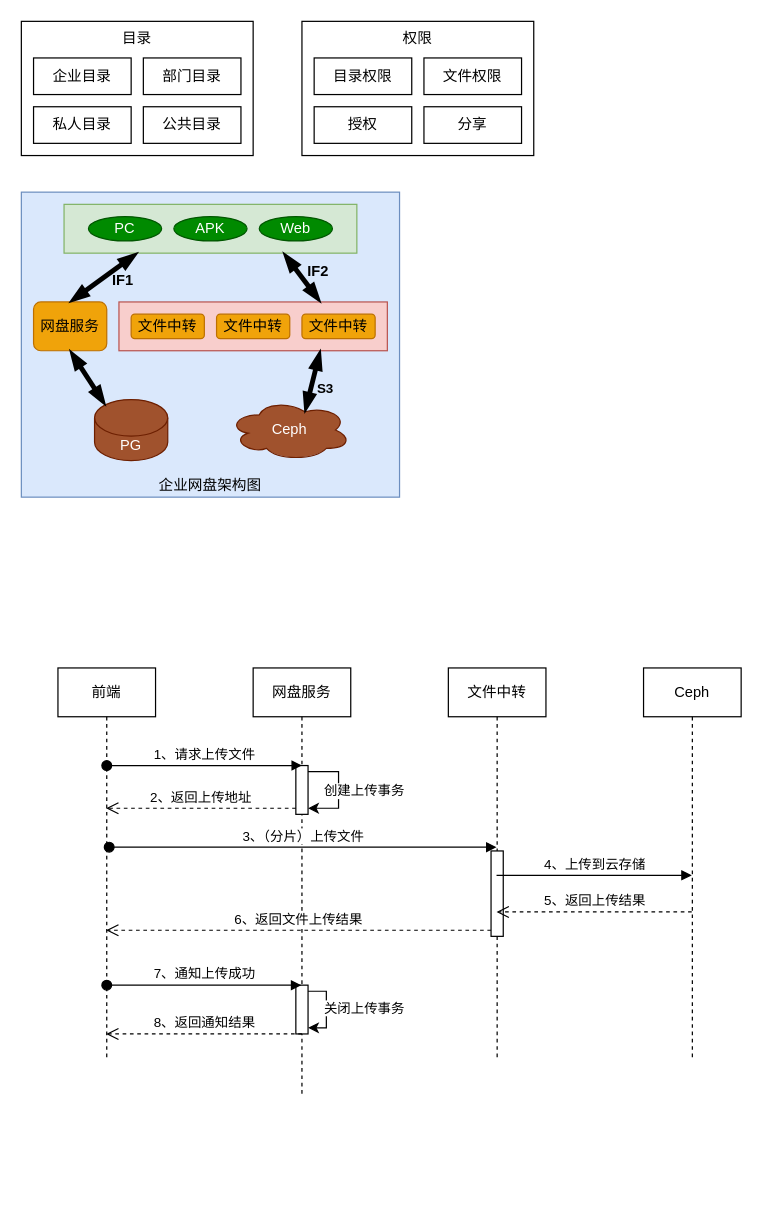
The draw.io diagram page "企业网盘" (4 of 4) of StreamOA架构设计.drawio in zebra-min/my-design, before the edit. Source tidied: cells renumbered, new cells numbered last; positions are measured from the earlier drawing's top-left corner, leaving out a move shared by most shapes. Both pictures are drawn from the tidied source at 122%, with x=0, y=0 at pixel (21, 21).
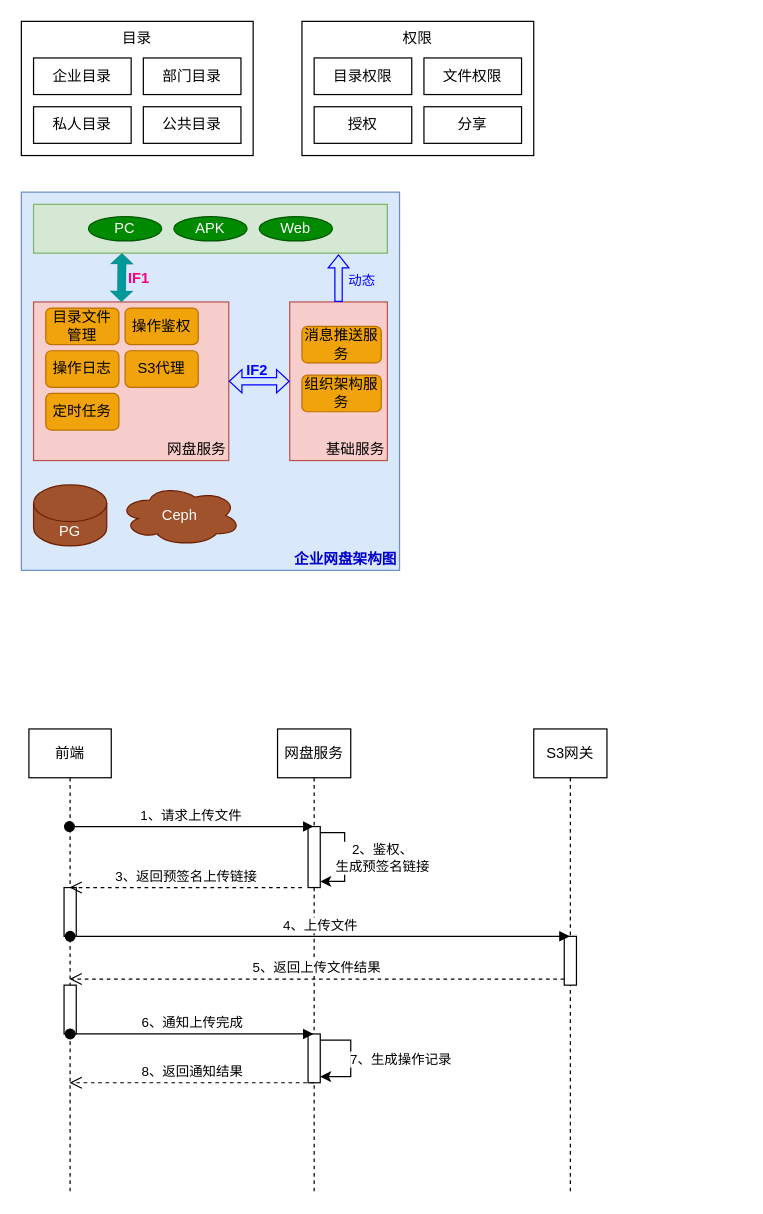
After the change.

What changed in the source:
```diff
@@
+    <mxCell id="12" value="企业网盘架构图" style="rounded=0;whiteSpace=wrap;html=1;verticalAlign=bottom;fillColor=#dae8fc;strokeColor=#6c8ebf;fontFamily=Helvetica;align=right;fontColor=#0000CC;fontStyle=1;" parent="1" vertex="1">
+      <mxGeometry y="140" width="310" height="310" as="geometry" />
+    </mxCell>
+    <mxCell id="50" value="基础服务" style="rounded=0;whiteSpace=wrap;html=1;fillColor=#f8cecc;strokeColor=#b85450;fontFamily=Helvetica;verticalAlign=bottom;align=right;" parent="1" vertex="1">
+      <mxGeometry x="220" y="230" width="80" height="130" as="geometry" />
+    </mxCell>
@@
-    <mxCell id="12" value="企业网盘架构图" style="rounded=0;whiteSpace=wrap;html=1;verticalAlign=bottom;fillColor=#dae8fc;strokeColor=#6c8ebf;fontFamily=Helvetica;" parent="1" vertex="1">
-      <mxGeometry y="140" width="310" height="250" as="geometry" />
-    </mxCell>
     <mxCell id="13" style="rounded=0;whiteSpace=wrap;html=1;fillColor=#d5e8d4;strokeColor=#82b366;fontFamily=Helvetica;" parent="1" vertex="1">
-      <mxGeometry x="35" y="150" width="240" height="40" as="geometry" />
+      <mxGeometry x="10" y="150" width="290" height="40" as="geometry" />
     </mxCell>
@@
-    <mxCell id="17" style="rounded=0;whiteSpace=wrap;html=1;fillColor=#f8cecc;strokeColor=#b85450;fontFamily=Helvetica;" parent="1" vertex="1">
-      <mxGeometry x="80" y="230" width="220" height="40" as="geometry" />
+    <mxCell id="17" value="网盘服务" style="rounded=0;whiteSpace=wrap;html=1;fillColor=#f8cecc;strokeColor=#b85450;fontFamily=Helvetica;verticalAlign=bottom;align=right;" parent="1" vertex="1">
+      <mxGeometry x="10" y="230" width="160" height="130" as="geometry" />
     </mxCell>
-    <mxCell id="18" value="网盘服务" style="rounded=1;whiteSpace=wrap;html=1;fillColor=#f0a30a;strokeColor=#BD7000;fontColor=#000000;fontFamily=Helvetica;" parent="1" vertex="1">
-      <mxGeometry x="10" y="230" width="60" height="40" as="geometry" />
-    </mxCell>
-    <mxCell id="19" value="文件中转" style="rounded=1;whiteSpace=wrap;html=1;fillColor=#f0a30a;strokeColor=#BD7000;fontColor=#000000;fontFamily=Helvetica;" parent="1" vertex="1">
-      <mxGeometry x="90" y="240" width="60" height="20" as="geometry" />
+    <mxCell id="19" value="目录文件管理" style="rounded=1;whiteSpace=wrap;html=1;fillColor=#f0a30a;strokeColor=#BD7000;fontColor=#000000;fontFamily=Helvetica;" parent="1" vertex="1">
+      <mxGeometry x="20" y="235" width="60" height="30" as="geometry" />
     </mxCell>
-    <mxCell id="20" value="文件中转" style="rounded=1;whiteSpace=wrap;html=1;fillColor=#f0a30a;strokeColor=#BD7000;fontColor=#000000;fontFamily=Helvetica;" parent="1" vertex="1">
-      <mxGeometry x="160" y="240" width="60" height="20" as="geometry" />
+    <mxCell id="20" value="操作鉴权" style="rounded=1;whiteSpace=wrap;html=1;fillColor=#f0a30a;strokeColor=#BD7000;fontColor=#000000;fontFamily=Helvetica;" parent="1" vertex="1">
+      <mxGeometry x="85" y="235" width="60" height="30" as="geometry" />
     </mxCell>
-    <mxCell id="21" value="文件中转" style="rounded=1;whiteSpace=wrap;html=1;fillColor=#f0a30a;strokeColor=#BD7000;fontColor=#000000;fontFamily=Helvetica;" parent="1" vertex="1">
-      <mxGeometry x="230" y="240" width="60" height="20" as="geometry" />
+    <mxCell id="21" value="操作日志" style="rounded=1;whiteSpace=wrap;html=1;fillColor=#f0a30a;strokeColor=#BD7000;fontColor=#000000;fontFamily=Helvetica;" parent="1" vertex="1">
+      <mxGeometry x="20" y="270" width="60" height="30" as="geometry" />
     </mxCell>
     <mxCell id="22" value="PG" style="shape=cylinder3;whiteSpace=wrap;html=1;boundedLbl=1;backgroundOutline=1;size=15;fillColor=#a0522d;strokeColor=#6D1F00;fontColor=#ffffff;fontFamily=Helvetica;" parent="1" vertex="1">
-      <mxGeometry x="60" y="310" width="60" height="50" as="geometry" />
+      <mxGeometry x="10" y="380" width="60" height="50" as="geometry" />
     </mxCell>
     <mxCell id="23" value="Ceph" style="ellipse;shape=cloud;whiteSpace=wrap;html=1;fillColor=#a0522d;strokeColor=#6D1F00;fontColor=#ffffff;fontFamily=Helvetica;" parent="1" vertex="1">
-      <mxGeometry x="170" y="310" width="100" height="50" as="geometry" />
+      <mxGeometry x="80" y="380" width="100" height="50" as="geometry" />
     </mxCell>
-    <mxCell id="24" style="endArrow=blockThin;startArrow=blockThin;html=1;rounded=0;exitX=0.25;exitY=1;exitDx=0;exitDy=0;entryX=0.5;entryY=0;entryDx=0;entryDy=0;strokeWidth=4;startFill=1;endFill=1;fontFamily=Helvetica;" parent="1" edge="1" source="13" target="18">
-      <mxGeometry relative="1" as="geometry" />
-    </mxCell>
+    <mxCell id="51" value="S3代理" style="rounded=1;whiteSpace=wrap;html=1;fillColor=#f0a30a;strokeColor=#BD7000;fontColor=#000000;fontFamily=Helvetica;" parent="1" vertex="1">
+      <mxGeometry x="85" y="270" width="60" height="30" as="geometry" />
+    </mxCell>
+    <mxCell id="52" value="组织架构服务" style="rounded=1;whiteSpace=wrap;html=1;fillColor=#f0a30a;strokeColor=#BD7000;fontColor=#000000;fontFamily=Helvetica;" parent="1" vertex="1">
+      <mxGeometry x="230" y="290" width="65" height="30" as="geometry" />
+    </mxCell>
+    <mxCell id="53" value="消息推送服务" style="rounded=1;whiteSpace=wrap;html=1;fillColor=#f0a30a;strokeColor=#BD7000;fontColor=#000000;fontFamily=Helvetica;" parent="1" vertex="1">
+      <mxGeometry x="230" y="250" width="65" height="30" as="geometry" />
+    </mxCell>
+    <mxCell id="54" style="shape=flexArrow;endArrow=classic;startArrow=classic;html=1;rounded=0;endWidth=12;endSize=3.1;startWidth=12;startSize=3.1;width=6;fillColor=none;strokeColor=#0000FF;exitX=0;exitY=0.5;exitDx=0;exitDy=0;entryX=1;entryY=0.5;entryDx=0;entryDy=0;" parent="1" edge="1" source="50" target="17">
+      <mxGeometry relative="1" as="geometry" />
+    </mxCell>
+    <mxCell id="27" value="&lt;b&gt;&lt;font style=&quot;font-size: 12px;&quot;&gt;IF2&lt;/font&gt;&lt;/b&gt;" style="edgeLabel;html=1;align=center;verticalAlign=middle;labelBackgroundColor=none;fontColor=#0000FF;" parent="54" vertex="1">
+      <mxGeometry x="-0.02" y="-4" relative="1" as="geometry">
+        <mxPoint x="-3" y="-6" as="offset" />
+      </mxGeometry>
+    </mxCell>
+    <mxCell id="55" style="shape=flexArrow;endArrow=classic;startArrow=classic;html=1;rounded=0;endWidth=12;endSize=3;startWidth=12;startSize=3;width=7;fillColor=#009999;entryX=0.25;entryY=1;entryDx=0;entryDy=0;exitX=0.45;exitY=0;exitDx=0;exitDy=0;exitPerimeter=0;strokeWidth=0;" parent="1" edge="1" source="17" target="13">
+      <mxGeometry relative="1" as="geometry" />
+    </mxCell>
-    <mxCell id="25" value="&lt;font style=&quot;font-size: 12px;&quot;&gt;IF1&lt;/font&gt;" style="edgeLabel;html=1;align=center;verticalAlign=middle;fontStyle=1;fontSize=11;labelBackgroundColor=none;fontFamily=Helvetica;" parent="24" vertex="1">
-      <mxGeometry x="-0.07" y="4" relative="1" as="geometry">
-        <mxPoint x="11" as="offset" />
+    <mxCell id="25" value="&lt;b&gt;&lt;font style=&quot;font-size: 12px;&quot;&gt;IF1&lt;/font&gt;&lt;/b&gt;" style="edgeLabel;html=1;align=center;verticalAlign=middle;labelBackgroundColor=none;labelBorderColor=none;fontColor=#FF0080;" parent="55" vertex="1">
+      <mxGeometry x="-0.02" y="-4" relative="1" as="geometry">
+        <mxPoint x="9" as="offset" />
       </mxGeometry>
     </mxCell>
-    <mxCell id="26" style="endArrow=blockThin;startArrow=blockThin;html=1;rounded=0;exitX=0.75;exitY=1;exitDx=0;exitDy=0;entryX=0.75;entryY=0;entryDx=0;entryDy=0;strokeWidth=4;startFill=1;endFill=1;fontFamily=Helvetica;" parent="1" edge="1" source="13" target="17">
-      <mxGeometry relative="1" as="geometry" />
-    </mxCell>
-    <mxCell id="27" value="&lt;b&gt;&lt;font style=&quot;font-size: 12px;&quot;&gt;IF2&lt;/font&gt;&lt;/b&gt;" style="edgeLabel;html=1;align=center;verticalAlign=middle;labelBackgroundColor=none;fontFamily=Helvetica;" parent="26" vertex="1">
-      <mxGeometry x="-0.01" y="1" relative="1" as="geometry">
-        <mxPoint x="12" y="-5" as="offset" />
-      </mxGeometry>
-    </mxCell>
-    <mxCell id="28" style="endArrow=blockThin;startArrow=blockThin;html=1;rounded=0;exitX=0.145;exitY=0;exitDx=0;exitDy=4.35;entryX=0.5;entryY=1;entryDx=0;entryDy=0;strokeWidth=4;startFill=1;endFill=1;exitPerimeter=0;fontFamily=Helvetica;" parent="1" edge="1" source="22" target="18">
-      <mxGeometry relative="1" as="geometry" />
-    </mxCell>
-    <mxCell id="29" style="endArrow=blockThin;startArrow=blockThin;html=1;rounded=0;exitX=0.625;exitY=0.2;exitDx=0;exitDy=0;entryX=0.75;entryY=1;entryDx=0;entryDy=0;strokeWidth=4;startFill=1;endFill=1;exitPerimeter=0;fontFamily=Helvetica;" parent="1" edge="1" source="23" target="17">
-      <mxGeometry relative="1" as="geometry" />
-    </mxCell>
-    <mxCell id="30" value="&lt;b&gt;S3&lt;/b&gt;" style="edgeLabel;html=1;align=center;verticalAlign=middle;labelBackgroundColor=none;fontFamily=Helvetica;" parent="29" vertex="1">
-      <mxGeometry x="0.02" relative="1" as="geometry">
-        <mxPoint x="10" y="6" as="offset" />
-      </mxGeometry>
-    </mxCell>
+    <mxCell id="56" style="shape=flexArrow;endArrow=classic;html=1;rounded=0;endWidth=10;endSize=3.2;width=6;exitX=0.5;exitY=0;exitDx=0;exitDy=0;strokeColor=#0000FF;" parent="1" edge="1" source="50">
+      <mxGeometry relative="1" as="geometry">
+        <mxPoint x="260" y="191" as="targetPoint" />
+      </mxGeometry>
+    </mxCell>
+    <mxCell id="57" value="动态" style="edgeLabel;html=1;align=center;verticalAlign=middle;labelBackgroundColor=none;fontColor=#0000FF;" parent="56" vertex="1">
+      <mxGeometry x="-0.08" y="-8" relative="1" as="geometry">
+        <mxPoint x="10" as="offset" />
+      </mxGeometry>
+    </mxCell>
+    <mxCell id="58" value="定时任务" style="rounded=1;whiteSpace=wrap;html=1;fillColor=#f0a30a;strokeColor=#BD7000;fontColor=#000000;fontFamily=Helvetica;" parent="1" vertex="1">
+      <mxGeometry x="20" y="305" width="60" height="30" as="geometry" />
+    </mxCell>
     <mxCell id="31" value="前端" style="shape=umlLifeline;perimeter=lifelinePerimeter;whiteSpace=wrap;html=1;outlineConnect=0;portConstraint=eastwest;newEdgeStyle={&quot;curved&quot;:0,&quot;rounded&quot;:0};" parent="1" vertex="1">
-      <mxGeometry x="30" y="530" width="80" height="320" as="geometry" />
+      <mxGeometry x="6.2" y="580" width="67.5" height="380" as="geometry" />
     </mxCell>
+    <mxCell id="59" style="html=1;perimeter=orthogonalPerimeter;targetShapes=umlLifeline;newEdgeStyle={&quot;curved&quot;:0,&quot;rounded&quot;:0};" parent="31" vertex="1">
+      <mxGeometry x="28.8" y="130" width="10" height="40" as="geometry" />
+    </mxCell>
+    <mxCell id="60" style="html=1;perimeter=orthogonalPerimeter;targetShapes=umlLifeline;newEdgeStyle={&quot;curved&quot;:0,&quot;rounded&quot;:0};" parent="31" vertex="1">
+      <mxGeometry x="28.8" y="210" width="10" height="40" as="geometry" />
+    </mxCell>
     <mxCell id="32" value="网盘服务" style="shape=umlLifeline;perimeter=lifelinePerimeter;whiteSpace=wrap;html=1;outlineConnect=0;portConstraint=eastwest;newEdgeStyle={&quot;curved&quot;:0,&quot;rounded&quot;:0};" parent="1" vertex="1">
-      <mxGeometry x="190" y="530" width="80" height="350" as="geometry" />
+      <mxGeometry x="210" y="580" width="60" height="380" as="geometry" />
     </mxCell>
-    <mxCell id="33" style="html=1;points=[[0,0,0,0,5],[0,1,0,0,-5],[1,0,0,0,5],[1,1,0,0,-5]];perimeter=orthogonalPerimeter;outlineConnect=0;targetShapes=umlLifeline;portConstraint=eastwest;newEdgeStyle={&quot;curved&quot;:0,&quot;rounded&quot;:0};" parent="32" vertex="1">
-      <mxGeometry x="35" y="80" width="10" height="40" as="geometry" />
-    </mxCell>
-    <mxCell id="34" style="html=1;points=[[0,0,0,0,5],[0,1,0,0,-5],[1,0,0,0,5],[1,1,0,0,-5]];perimeter=orthogonalPerimeter;outlineConnect=0;targetShapes=umlLifeline;portConstraint=eastwest;newEdgeStyle={&quot;curved&quot;:0,&quot;rounded&quot;:0};" parent="32" vertex="1">
-      <mxGeometry x="35" y="260" width="10" height="40" as="geometry" />
-    </mxCell>
-    <mxCell id="35" style="edgeStyle=orthogonalEdgeStyle;rounded=0;orthogonalLoop=1;jettySize=auto;html=1;curved=0;exitX=1;exitY=0;exitDx=0;exitDy=5;exitPerimeter=0;entryX=1;entryY=1;entryDx=0;entryDy=-5;entryPerimeter=0;" parent="32" edge="1" source="34" target="34">
-      <mxGeometry relative="1" as="geometry">
-        <Array as="points">
-          <mxPoint x="60" y="265" />
-          <mxPoint x="60" y="295" />
-        </Array>
-      </mxGeometry>
-    </mxCell>
-    <mxCell id="36" value="关闭上传事务" style="edgeLabel;html=1;align=center;verticalAlign=middle;" parent="35" vertex="1">
-      <mxGeometry x="-0.07" y="3" relative="1" as="geometry">
-        <mxPoint x="27" as="offset" />
-      </mxGeometry>
-    </mxCell>
-    <mxCell id="37" style="edgeStyle=orthogonalEdgeStyle;rounded=0;orthogonalLoop=1;jettySize=auto;html=1;curved=0;exitX=1;exitY=0;exitDx=0;exitDy=5;exitPerimeter=0;entryX=1;entryY=1;entryDx=0;entryDy=-5;entryPerimeter=0;" parent="32" edge="1" source="33" target="33">
-      <mxGeometry relative="1" as="geometry">
-        <Array as="points">
-          <mxPoint x="70" y="85" />
-          <mxPoint x="70" y="115" />
-        </Array>
-      </mxGeometry>
-    </mxCell>
-    <mxCell id="38" value="创建上传事务" style="edgeLabel;html=1;align=center;verticalAlign=middle;" parent="37" vertex="1">
-      <mxGeometry y="1" relative="1" as="geometry">
-        <mxPoint x="19" as="offset" />
-      </mxGeometry>
-    </mxCell>
-    <mxCell id="39" value="文件中转" style="shape=umlLifeline;perimeter=lifelinePerimeter;whiteSpace=wrap;html=1;outlineConnect=0;portConstraint=eastwest;newEdgeStyle={&quot;curved&quot;:0,&quot;rounded&quot;:0};" parent="1" vertex="1">
-      <mxGeometry x="350" y="530" width="80" height="320" as="geometry" />
-    </mxCell>
-    <mxCell id="40" style="html=1;points=[[0,0,0,0,5],[0,1,0,0,-5],[1,0,0,0,5],[1,1,0,0,-5]];perimeter=orthogonalPerimeter;outlineConnect=0;targetShapes=umlLifeline;portConstraint=eastwest;newEdgeStyle={&quot;curved&quot;:0,&quot;rounded&quot;:0};" parent="39" vertex="1">
-      <mxGeometry x="35" y="150" width="10" height="70" as="geometry" />
-    </mxCell>
-    <mxCell id="41" value="Ceph" style="shape=umlLifeline;perimeter=lifelinePerimeter;whiteSpace=wrap;html=1;outlineConnect=0;portConstraint=eastwest;newEdgeStyle={&quot;curved&quot;:0,&quot;rounded&quot;:0};" parent="1" vertex="1">
-      <mxGeometry x="510" y="530" width="80" height="320" as="geometry" />
-    </mxCell>
+    <mxCell id="61" style="html=1;points=[[0,0,0,0,5],[0,1,0,0,-5],[1,0,0,0,5],[1,1,0,0,-5]];perimeter=orthogonalPerimeter;outlineConnect=0;targetShapes=umlLifeline;portConstraint=eastwest;newEdgeStyle={&quot;curved&quot;:0,&quot;rounded&quot;:0};" parent="32" vertex="1">
+      <mxGeometry x="25" y="80" width="10" height="50" as="geometry" />
+    </mxCell>
+    <mxCell id="62" style="edgeStyle=orthogonalEdgeStyle;rounded=0;orthogonalLoop=1;jettySize=auto;html=1;curved=0;exitX=1;exitY=0;exitDx=0;exitDy=5;exitPerimeter=0;entryX=1;entryY=1;entryDx=0;entryDy=-5;entryPerimeter=0;" parent="32" edge="1" source="61" target="61">
+      <mxGeometry relative="1" as="geometry" />
+    </mxCell>
+    <mxCell id="63" value="2、鉴权、&lt;div&gt;生成预签名链接&lt;/div&gt;" style="edgeLabel;html=1;align=center;verticalAlign=middle;" parent="62" vertex="1">
+      <mxGeometry x="-0.1" y="7" relative="1" as="geometry">
+        <mxPoint x="23" y="4" as="offset" />
+      </mxGeometry>
+    </mxCell>
+    <mxCell id="64" style="html=1;points=[[0,0,0,0,5],[0,1,0,0,-5],[1,0,0,0,5],[1,1,0,0,-5]];perimeter=orthogonalPerimeter;outlineConnect=0;targetShapes=umlLifeline;portConstraint=eastwest;newEdgeStyle={&quot;curved&quot;:0,&quot;rounded&quot;:0};" parent="32" vertex="1">
+      <mxGeometry x="25" y="250" width="10" height="40" as="geometry" />
+    </mxCell>
+    <mxCell id="65" style="edgeStyle=orthogonalEdgeStyle;rounded=0;orthogonalLoop=1;jettySize=auto;html=1;curved=0;exitX=1;exitY=0;exitDx=0;exitDy=5;exitPerimeter=0;entryX=1;entryY=1;entryDx=0;entryDy=-5;entryPerimeter=0;" parent="32" edge="1" source="64" target="64">
+      <mxGeometry relative="1" as="geometry">
+        <Array as="points">
+          <mxPoint x="60" y="255" />
+          <mxPoint x="60" y="285" />
+        </Array>
+      </mxGeometry>
+    </mxCell>
+    <mxCell id="66" value="7、生成操作记录" style="edgeLabel;html=1;align=center;verticalAlign=middle;" parent="65" vertex="1">
+      <mxGeometry x="-0.03" y="5" relative="1" as="geometry">
+        <mxPoint x="35" y="1" as="offset" />
+      </mxGeometry>
+    </mxCell>
+    <mxCell id="67" value="S3网关" style="shape=umlLifeline;perimeter=lifelinePerimeter;whiteSpace=wrap;html=1;outlineConnect=0;portConstraint=eastwest;newEdgeStyle={&quot;curved&quot;:0,&quot;rounded&quot;:0};" parent="1" vertex="1">
+      <mxGeometry x="420" y="580" width="60" height="380" as="geometry" />
+    </mxCell>
+    <mxCell id="68" style="html=1;points=[[0,0,0,0,5],[0,1,0,0,-5],[1,0,0,0,5],[1,1,0,0,-5]];perimeter=orthogonalPerimeter;outlineConnect=0;targetShapes=umlLifeline;portConstraint=eastwest;newEdgeStyle={&quot;curved&quot;:0,&quot;rounded&quot;:0};" parent="67" vertex="1">
+      <mxGeometry x="25" y="170" width="10" height="40" as="geometry" />
+    </mxCell>
-    <mxCell id="42" value="1、请求上传文件" style="html=1;verticalAlign=bottom;startArrow=oval;startFill=1;endArrow=block;startSize=8;curved=0;rounded=0;" parent="1" edge="1">
+    <mxCell id="42" value="1、请求上传文件" style="html=1;verticalAlign=bottom;startArrow=oval;startFill=1;endArrow=block;startSize=8;curved=0;rounded=0;" parent="1" edge="1" source="31" target="32">
       <mxGeometry relative="1" as="geometry">
-        <mxPoint x="70" y="610" as="sourcePoint" />
-        <mxPoint x="230" y="610" as="targetPoint" />
+        <Array as="points">
+          <mxPoint x="150" y="660" />
+        </Array>
       </mxGeometry>
     </mxCell>
-    <mxCell id="43" value="2、返回上传地址" style="html=1;verticalAlign=bottom;endArrow=open;dashed=1;endSize=8;curved=0;rounded=0;exitX=0;exitY=1;exitDx=0;exitDy=-5;exitPerimeter=0;" parent="1" edge="1" source="33" target="31">
-      <mxGeometry relative="1" as="geometry" />
-    </mxCell>
-    <mxCell id="44" value="3、（分片）上传文件" style="html=1;verticalAlign=bottom;startArrow=oval;startFill=1;endArrow=block;startSize=8;curved=0;rounded=0;exitX=0.525;exitY=0.459;exitDx=0;exitDy=0;exitPerimeter=0;" parent="1" edge="1" source="31" target="39">
-      <mxGeometry relative="1" as="geometry" />
-    </mxCell>
-    <mxCell id="45" value="4、上传到云存储" style="html=1;verticalAlign=bottom;endArrow=block;curved=0;rounded=0;" parent="1" edge="1" source="39" target="41">
-      <mxGeometry relative="1" as="geometry">
-        <Array as="points">
-          <mxPoint x="470" y="700" />
-        </Array>
-      </mxGeometry>
-    </mxCell>
-    <mxCell id="46" value="5、返回上传结果" style="html=1;verticalAlign=bottom;endArrow=open;dashed=1;endSize=8;curved=0;rounded=0;" parent="1" edge="1" source="41" target="39">
-      <mxGeometry relative="1" as="geometry">
-        <Array as="points">
-          <mxPoint x="510" y="730" />
-        </Array>
-      </mxGeometry>
-    </mxCell>
-    <mxCell id="47" value="6、返回文件上传结果" style="html=1;verticalAlign=bottom;endArrow=open;dashed=1;endSize=8;curved=0;rounded=0;exitX=0;exitY=1;exitDx=0;exitDy=-5;exitPerimeter=0;" parent="1" edge="1" source="40" target="31">
-      <mxGeometry relative="1" as="geometry" />
-    </mxCell>
-    <mxCell id="48" value="7、通知上传成功" style="html=1;verticalAlign=bottom;startArrow=oval;startFill=1;endArrow=block;startSize=8;curved=0;rounded=0;" parent="1" edge="1" target="32">
-      <mxGeometry relative="1" as="geometry">
-        <mxPoint x="70" y="790" as="sourcePoint" />
-      </mxGeometry>
-    </mxCell>
+    <mxCell id="69" value="3、返回预签名上传链接" style="html=1;verticalAlign=bottom;endArrow=open;dashed=1;endSize=8;curved=0;rounded=0;" parent="1" edge="1" target="31">
+      <mxGeometry relative="1" as="geometry">
+        <mxPoint x="230" y="710" as="sourcePoint" />
+      </mxGeometry>
+    </mxCell>
+    <mxCell id="70" value="4、上传文件" style="html=1;verticalAlign=bottom;startArrow=oval;startFill=1;endArrow=block;startSize=8;curved=0;rounded=0;" parent="1" edge="1" target="67">
+      <mxGeometry relative="1" as="geometry">
+        <mxPoint x="40" y="750" as="sourcePoint" />
+      </mxGeometry>
+    </mxCell>
+    <mxCell id="71" value="5、返回上传文件结果" style="html=1;verticalAlign=bottom;endArrow=open;dashed=1;endSize=8;curved=0;rounded=0;exitX=0;exitY=1;exitDx=0;exitDy=-5;exitPerimeter=0;" parent="1" edge="1" source="68" target="31">
+      <mxGeometry relative="1" as="geometry" />
+    </mxCell>
+    <mxCell id="72" value="6、通知上传完成" style="html=1;verticalAlign=bottom;startArrow=oval;startFill=1;endArrow=block;startSize=8;curved=0;rounded=0;" parent="1" edge="1" target="32">
+      <mxGeometry relative="1" as="geometry">
+        <mxPoint x="40" y="830" as="sourcePoint" />
+      </mxGeometry>
+    </mxCell>
     <mxCell id="49" value="8、返回通知结果" style="html=1;verticalAlign=bottom;endArrow=open;dashed=1;endSize=8;curved=0;rounded=0;" parent="1" edge="1" target="31">
       <mxGeometry relative="1" as="geometry">
-        <mxPoint x="230" y="830" as="sourcePoint" />
+        <mxPoint x="240" y="870" as="sourcePoint" />
       </mxGeometry>
     </mxCell>
```
